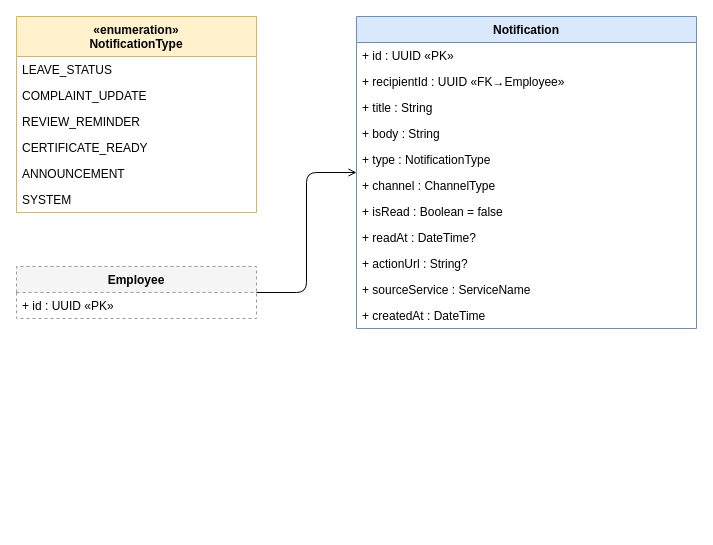
Earlier version of the draw.io diagram notifications-class-diagram.drawio (AnisBenOthman/Sentient). Source tidied: cells renumbered, new cells numbered last; positions are measured from the earlier drawing's top-left corner, leaving out a move shared by most shapes. Both pictures are drawn from the tidied source at 100%, with x=0, y=0 at pixel (16, 16).
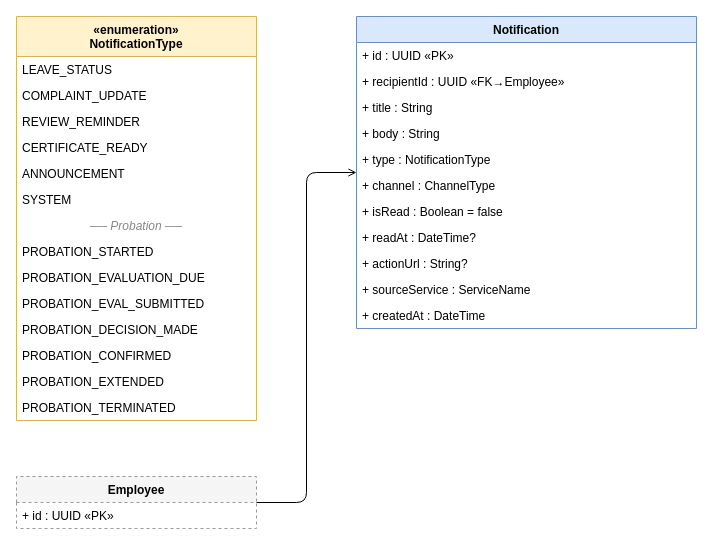
The same diagram, later.

Commit message (it also covers changes not shown here):
add probation periode diagram and AI compagnion agent

Diff of the diagram source:
```diff
@@
     <mxCell id="2" value="«enumeration»&#10;NotificationType" style="swimlane;fontStyle=1;align=center;startSize=40;fillColor=#fff2cc;strokeColor=#d6b656;" parent="1" vertex="1">
-      <mxGeometry width="240" height="196" as="geometry" />
+      <mxGeometry width="240" height="404" as="geometry" />
     </mxCell>
@@
+    <mxCell id="24" value="── Probation ──" style="text;strokeColor=none;fillColor=none;align=center;verticalAlign=middle;fontStyle=2;fontColor=#888888;overflow=hidden;" parent="2" vertex="1">
+      <mxGeometry y="196" width="240" height="26" as="geometry" />
+    </mxCell>
+    <mxCell id="25" value="PROBATION_STARTED" style="text;strokeColor=none;fillColor=none;align=left;verticalAlign=middle;spacingLeft=4;overflow=hidden;" parent="2" vertex="1">
+      <mxGeometry y="222" width="240" height="26" as="geometry" />
+    </mxCell>
+    <mxCell id="26" value="PROBATION_EVALUATION_DUE" style="text;strokeColor=none;fillColor=none;align=left;verticalAlign=middle;spacingLeft=4;overflow=hidden;" parent="2" vertex="1">
+      <mxGeometry y="248" width="240" height="26" as="geometry" />
+    </mxCell>
+    <mxCell id="27" value="PROBATION_EVAL_SUBMITTED" style="text;strokeColor=none;fillColor=none;align=left;verticalAlign=middle;spacingLeft=4;overflow=hidden;" parent="2" vertex="1">
+      <mxGeometry y="274" width="240" height="26" as="geometry" />
+    </mxCell>
+    <mxCell id="28" value="PROBATION_DECISION_MADE" style="text;strokeColor=none;fillColor=none;align=left;verticalAlign=middle;spacingLeft=4;overflow=hidden;" parent="2" vertex="1">
+      <mxGeometry y="300" width="240" height="26" as="geometry" />
+    </mxCell>
+    <mxCell id="29" value="PROBATION_CONFIRMED" style="text;strokeColor=none;fillColor=none;align=left;verticalAlign=middle;spacingLeft=4;overflow=hidden;" parent="2" vertex="1">
+      <mxGeometry y="326" width="240" height="26" as="geometry" />
+    </mxCell>
+    <mxCell id="30" value="PROBATION_EXTENDED" style="text;strokeColor=none;fillColor=none;align=left;verticalAlign=middle;spacingLeft=4;overflow=hidden;" parent="2" vertex="1">
+      <mxGeometry y="352" width="240" height="26" as="geometry" />
+    </mxCell>
+    <mxCell id="31" value="PROBATION_TERMINATED" style="text;strokeColor=none;fillColor=none;align=left;verticalAlign=middle;spacingLeft=4;overflow=hidden;" parent="2" vertex="1">
+      <mxGeometry y="378" width="240" height="26" as="geometry" />
+    </mxCell>
     <mxCell id="9" value="Employee" style="swimlane;fontStyle=1;align=center;startSize=26;fillColor=#f5f5f5;strokeColor=#999;dashed=1;" parent="1" vertex="1">
-      <mxGeometry y="250" width="240" height="52" as="geometry" />
+      <mxGeometry y="460" width="240" height="52" as="geometry" />
     </mxCell>
```
